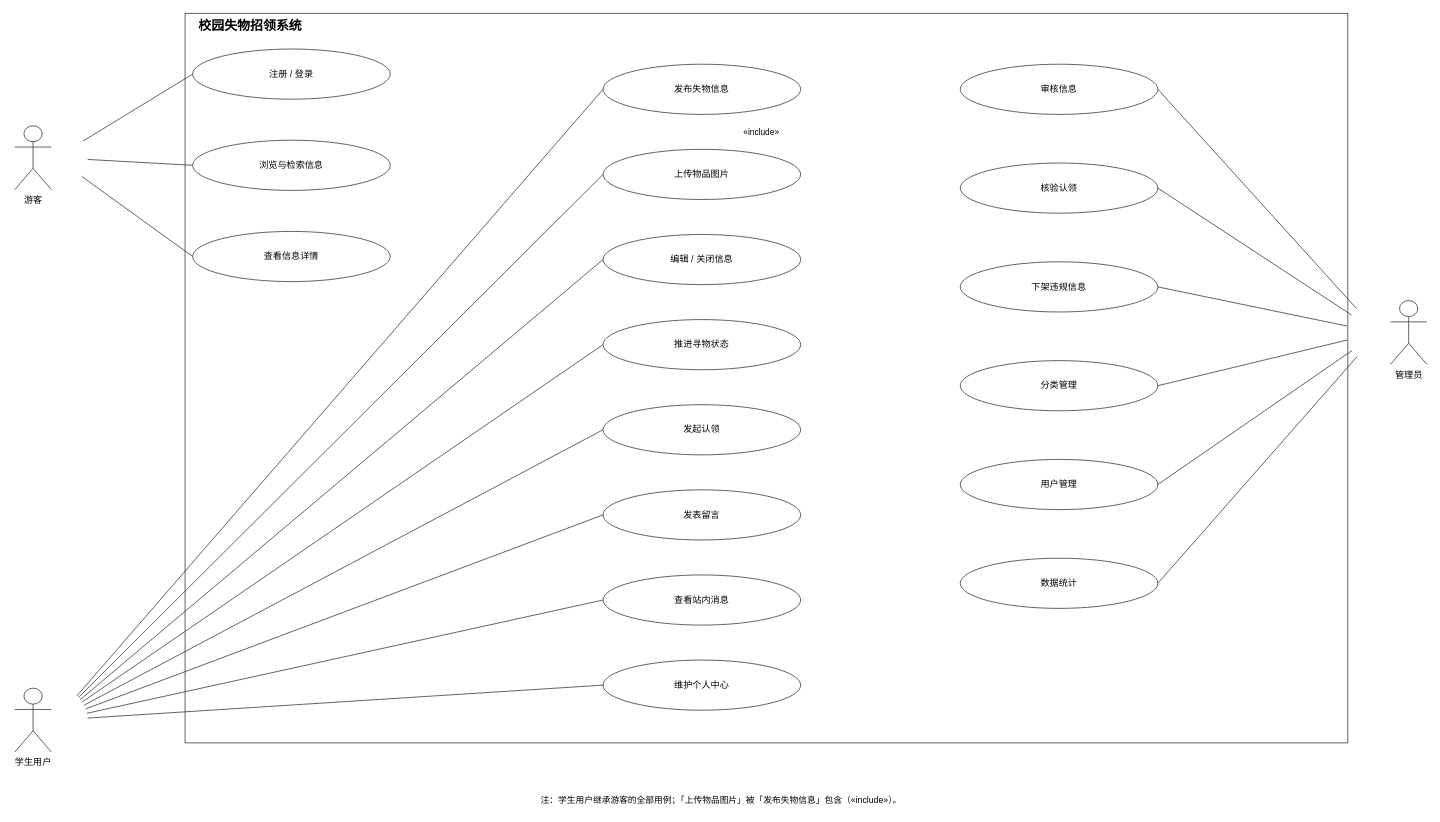
The draw.io diagram 需求文档/需求分析阶段相关的图/用例图.drawio in shensuhuaming/campus-lost-found, before the edit. Source tidied: cells renumbered, new cells numbered last; positions are measured from the earlier drawing's top-left corner, leaving out a move shared by most shapes. Both pictures are drawn from the tidied source at 76%, with x=0, y=0 at pixel (14, 13).
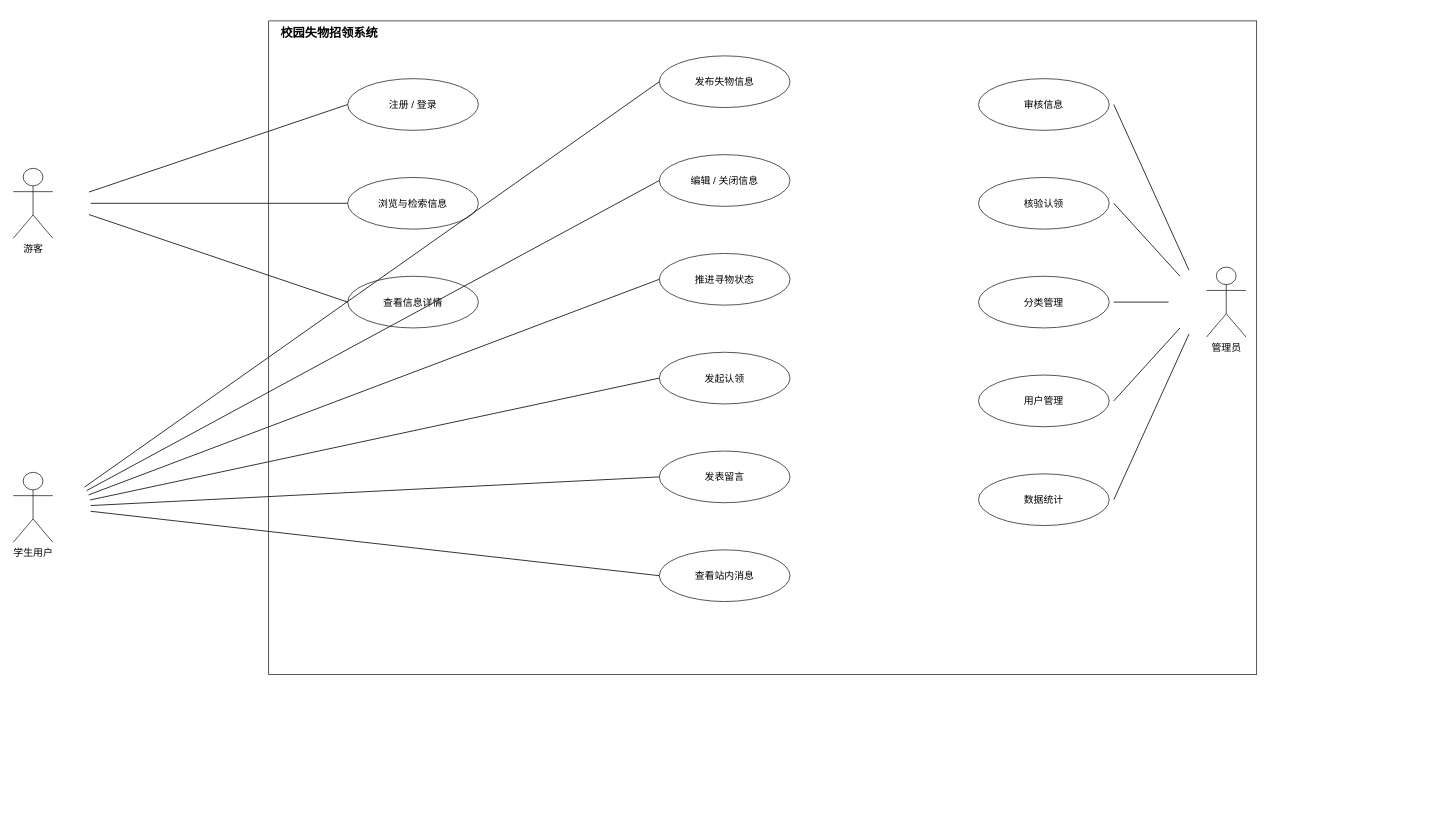
Above is the later version.

Diff of the diagram source:
```diff
@@
-    <mxCell id="2" value="校园失物招领系统" style="rounded=0;whiteSpace=wrap;html=1;fillColor=none;strokeColor=#333333;verticalAlign=top;align=left;spacingLeft=16;fontStyle=1;fontSize=17;" parent="1" vertex="1">
-      <mxGeometry x="224" width="1530" height="960" as="geometry" />
+    <mxCell id="2" value="校园失物招领系统" style="rounded=0;whiteSpace=wrap;html=1;fillColor=none;strokeColor=#222;verticalAlign=top;align=left;spacingLeft=14;fontStyle=1;fontSize=16;" parent="1" vertex="1">
+      <mxGeometry x="334" y="10" width="1300" height="860" as="geometry" />
     </mxCell>
-    <mxCell id="3" value="注册 / 登录" style="ellipse;whiteSpace=wrap;html=1;fillColor=#FFFFFF;strokeColor=#333333;fontSize=12;" parent="1" vertex="1">
-      <mxGeometry x="234" y="47" width="260" height="66" as="geometry" />
+    <mxCell id="3" value="注册 / 登录" style="ellipse;whiteSpace=wrap;html=1;fillColor=#fff;strokeColor=#222;fontSize=13;" parent="1" vertex="1">
+      <mxGeometry x="438" y="86" width="172" height="68" as="geometry" />
     </mxCell>
-    <mxCell id="4" value="浏览与检索信息" style="ellipse;whiteSpace=wrap;html=1;fillColor=#FFFFFF;strokeColor=#333333;fontSize=12;" parent="1" vertex="1">
-      <mxGeometry x="234" y="167" width="260" height="66" as="geometry" />
+    <mxCell id="4" value="浏览与检索信息" style="ellipse;whiteSpace=wrap;html=1;fillColor=#fff;strokeColor=#222;fontSize=13;" parent="1" vertex="1">
+      <mxGeometry x="438" y="216" width="172" height="68" as="geometry" />
     </mxCell>
-    <mxCell id="5" value="查看信息详情" style="ellipse;whiteSpace=wrap;html=1;fillColor=#FFFFFF;strokeColor=#333333;fontSize=12;" parent="1" vertex="1">
-      <mxGeometry x="234" y="287" width="260" height="66" as="geometry" />
+    <mxCell id="5" value="查看信息详情" style="ellipse;whiteSpace=wrap;html=1;fillColor=#fff;strokeColor=#222;fontSize=13;" parent="1" vertex="1">
+      <mxGeometry x="438" y="346" width="172" height="68" as="geometry" />
     </mxCell>
-    <mxCell id="6" value="发布失物信息" style="ellipse;whiteSpace=wrap;html=1;fillColor=#FFFFFF;strokeColor=#333333;fontSize=12;" parent="1" vertex="1">
-      <mxGeometry x="774" y="67" width="260" height="66" as="geometry" />
+    <mxCell id="6" value="发布失物信息" style="ellipse;whiteSpace=wrap;html=1;fillColor=#fff;strokeColor=#222;fontSize=13;" parent="1" vertex="1">
+      <mxGeometry x="848" y="56" width="172" height="68" as="geometry" />
     </mxCell>
-    <mxCell id="7" value="上传物品图片" style="ellipse;whiteSpace=wrap;html=1;fillColor=#FFFFFF;strokeColor=#333333;fontSize=12;" parent="1" vertex="1">
-      <mxGeometry x="774" y="179" width="260" height="66" as="geometry" />
-    </mxCell>
-    <mxCell id="8" value="编辑 / 关闭信息" style="ellipse;whiteSpace=wrap;html=1;fillColor=#FFFFFF;strokeColor=#333333;fontSize=12;" parent="1" vertex="1">
-      <mxGeometry x="774" y="291" width="260" height="66" as="geometry" />
+    <mxCell id="8" value="编辑 / 关闭信息" style="ellipse;whiteSpace=wrap;html=1;fillColor=#fff;strokeColor=#222;fontSize=13;" parent="1" vertex="1">
+      <mxGeometry x="848" y="186" width="172" height="68" as="geometry" />
     </mxCell>
-    <mxCell id="9" value="推进寻物状态" style="ellipse;whiteSpace=wrap;html=1;fillColor=#FFFFFF;strokeColor=#333333;fontSize=12;" parent="1" vertex="1">
-      <mxGeometry x="774" y="403" width="260" height="66" as="geometry" />
+    <mxCell id="9" value="推进寻物状态" style="ellipse;whiteSpace=wrap;html=1;fillColor=#fff;strokeColor=#222;fontSize=13;" parent="1" vertex="1">
+      <mxGeometry x="848" y="316" width="172" height="68" as="geometry" />
     </mxCell>
-    <mxCell id="10" value="发起认领" style="ellipse;whiteSpace=wrap;html=1;fillColor=#FFFFFF;strokeColor=#333333;fontSize=12;" parent="1" vertex="1">
-      <mxGeometry x="774" y="515" width="260" height="66" as="geometry" />
+    <mxCell id="10" value="发起认领" style="ellipse;whiteSpace=wrap;html=1;fillColor=#fff;strokeColor=#222;fontSize=13;" parent="1" vertex="1">
+      <mxGeometry x="848" y="446" width="172" height="68" as="geometry" />
     </mxCell>
-    <mxCell id="11" value="发表留言" style="ellipse;whiteSpace=wrap;html=1;fillColor=#FFFFFF;strokeColor=#333333;fontSize=12;" parent="1" vertex="1">
-      <mxGeometry x="774" y="627" width="260" height="66" as="geometry" />
+    <mxCell id="11" value="发表留言" style="ellipse;whiteSpace=wrap;html=1;fillColor=#fff;strokeColor=#222;fontSize=13;" parent="1" vertex="1">
+      <mxGeometry x="848" y="576" width="172" height="68" as="geometry" />
     </mxCell>
-    <mxCell id="12" value="查看站内消息" style="ellipse;whiteSpace=wrap;html=1;fillColor=#FFFFFF;strokeColor=#333333;fontSize=12;" parent="1" vertex="1">
-      <mxGeometry x="774" y="739" width="260" height="66" as="geometry" />
+    <mxCell id="12" value="查看站内消息" style="ellipse;whiteSpace=wrap;html=1;fillColor=#fff;strokeColor=#222;fontSize=13;" parent="1" vertex="1">
+      <mxGeometry x="848" y="706" width="172" height="68" as="geometry" />
     </mxCell>
-    <mxCell id="13" value="维护个人中心" style="ellipse;whiteSpace=wrap;html=1;fillColor=#FFFFFF;strokeColor=#333333;fontSize=12;" parent="1" vertex="1">
-      <mxGeometry x="774" y="851" width="260" height="66" as="geometry" />
-    </mxCell>
-    <mxCell id="14" value="审核信息" style="ellipse;whiteSpace=wrap;html=1;fillColor=#FFFFFF;strokeColor=#333333;fontSize=12;" parent="1" vertex="1">
-      <mxGeometry x="1244" y="67" width="260" height="66" as="geometry" />
+    <mxCell id="14" value="审核信息" style="ellipse;whiteSpace=wrap;html=1;fillColor=#fff;strokeColor=#222;fontSize=13;" parent="1" vertex="1">
+      <mxGeometry x="1268" y="86" width="172" height="68" as="geometry" />
     </mxCell>
-    <mxCell id="15" value="核验认领" style="ellipse;whiteSpace=wrap;html=1;fillColor=#FFFFFF;strokeColor=#333333;fontSize=12;" parent="1" vertex="1">
-      <mxGeometry x="1244" y="197" width="260" height="66" as="geometry" />
+    <mxCell id="15" value="核验认领" style="ellipse;whiteSpace=wrap;html=1;fillColor=#fff;strokeColor=#222;fontSize=13;" parent="1" vertex="1">
+      <mxGeometry x="1268" y="216" width="172" height="68" as="geometry" />
     </mxCell>
-    <mxCell id="16" value="下架违规信息" style="ellipse;whiteSpace=wrap;html=1;fillColor=#FFFFFF;strokeColor=#333333;fontSize=12;" parent="1" vertex="1">
-      <mxGeometry x="1244" y="327" width="260" height="66" as="geometry" />
-    </mxCell>
-    <mxCell id="17" value="分类管理" style="ellipse;whiteSpace=wrap;html=1;fillColor=#FFFFFF;strokeColor=#333333;fontSize=12;" parent="1" vertex="1">
-      <mxGeometry x="1244" y="457" width="260" height="66" as="geometry" />
+    <mxCell id="17" value="分类管理" style="ellipse;whiteSpace=wrap;html=1;fillColor=#fff;strokeColor=#222;fontSize=13;" parent="1" vertex="1">
+      <mxGeometry x="1268" y="346" width="172" height="68" as="geometry" />
     </mxCell>
-    <mxCell id="18" value="用户管理" style="ellipse;whiteSpace=wrap;html=1;fillColor=#FFFFFF;strokeColor=#333333;fontSize=12;" parent="1" vertex="1">
-      <mxGeometry x="1244" y="587" width="260" height="66" as="geometry" />
+    <mxCell id="18" value="用户管理" style="ellipse;whiteSpace=wrap;html=1;fillColor=#fff;strokeColor=#222;fontSize=13;" parent="1" vertex="1">
+      <mxGeometry x="1268" y="476" width="172" height="68" as="geometry" />
     </mxCell>
-    <mxCell id="19" value="数据统计" style="ellipse;whiteSpace=wrap;html=1;fillColor=#FFFFFF;strokeColor=#333333;fontSize=12;" parent="1" vertex="1">
-      <mxGeometry x="1244" y="717" width="260" height="66" as="geometry" />
+    <mxCell id="19" value="数据统计" style="ellipse;whiteSpace=wrap;html=1;fillColor=#fff;strokeColor=#222;fontSize=13;" parent="1" vertex="1">
+      <mxGeometry x="1268" y="606" width="172" height="68" as="geometry" />
     </mxCell>
-    <mxCell id="20" value="游客" style="shape=umlActor;verticalLabelPosition=bottom;verticalAlign=top;html=1;fillColor=#FFFFFF;strokeColor=#333333;fontSize=12;" parent="1" vertex="1">
-      <mxGeometry y="148" width="48" height="84" as="geometry" />
+    <mxCell id="20" value="游客" style="shape=umlActor;verticalLabelPosition=bottom;verticalAlign=top;html=1;fillColor=#fff;strokeColor=#222;fontSize=13;" parent="1" vertex="1">
+      <mxGeometry x="-2" y="204" width="52" height="92" as="geometry" />
     </mxCell>
-    <mxCell id="21" value="学生用户" style="shape=umlActor;verticalLabelPosition=bottom;verticalAlign=top;html=1;fillColor=#FFFFFF;strokeColor=#333333;fontSize=12;" parent="1" vertex="1">
-      <mxGeometry y="888" width="48" height="84" as="geometry" />
+    <mxCell id="21" value="学生用户" style="shape=umlActor;verticalLabelPosition=bottom;verticalAlign=top;html=1;fillColor=#fff;strokeColor=#222;fontSize=13;" parent="1" vertex="1">
+      <mxGeometry x="-2" y="604" width="52" height="92" as="geometry" />
     </mxCell>
-    <mxCell id="22" value="管理员" style="shape=umlActor;verticalLabelPosition=bottom;verticalAlign=top;html=1;fillColor=#FFFFFF;strokeColor=#333333;fontSize=12;" parent="1" vertex="1">
-      <mxGeometry x="1810" y="378" width="48" height="84" as="geometry" />
+    <mxCell id="22" value="管理员" style="shape=umlActor;verticalLabelPosition=bottom;verticalAlign=top;html=1;fillColor=#fff;strokeColor=#222;fontSize=13;" parent="1" vertex="1">
+      <mxGeometry x="1568" y="334" width="52" height="92" as="geometry" />
     </mxCell>
-    <mxCell id="23" style="endArrow=none;html=1;strokeColor=#333333;strokeWidth=1.0;" parent="1" edge="1">
-      <mxGeometry relative="1" as="geometry">
-        <mxPoint x="89.8" y="168.1" as="sourcePoint" />
-        <mxPoint x="234" y="80" as="targetPoint" />
-      </mxGeometry>
-    </mxCell>
-    <mxCell id="24" style="endArrow=none;html=1;strokeColor=#333333;strokeWidth=1.0;" parent="1" edge="1">
-      <mxGeometry relative="1" as="geometry">
-        <mxPoint x="95.9" y="192.3" as="sourcePoint" />
-        <mxPoint x="234" y="200" as="targetPoint" />
-      </mxGeometry>
-    </mxCell>
-    <mxCell id="25" style="endArrow=none;html=1;strokeColor=#333333;strokeWidth=1.0;" parent="1" edge="1">
-      <mxGeometry relative="1" as="geometry">
-        <mxPoint x="88" y="214.6" as="sourcePoint" />
-        <mxPoint x="234" y="320" as="targetPoint" />
-      </mxGeometry>
-    </mxCell>
-    <mxCell id="26" style="endArrow=none;html=1;strokeColor=#333333;strokeWidth=1.0;" parent="1" edge="1">
-      <mxGeometry relative="1" as="geometry">
-        <mxPoint x="81.5" y="898.3" as="sourcePoint" />
-        <mxPoint x="774" y="100" as="targetPoint" />
-      </mxGeometry>
-    </mxCell>
-    <mxCell id="27" style="endArrow=none;html=1;strokeColor=#333333;strokeWidth=1.0;" parent="1" edge="1">
-      <mxGeometry relative="1" as="geometry">
-        <mxPoint x="83.7" y="900.3" as="sourcePoint" />
-        <mxPoint x="774" y="212" as="targetPoint" />
-      </mxGeometry>
-    </mxCell>
-    <mxCell id="28" style="endArrow=none;html=1;strokeColor=#333333;strokeWidth=1.0;" parent="1" edge="1">
-      <mxGeometry relative="1" as="geometry">
-        <mxPoint x="86.1" y="903" as="sourcePoint" />
-        <mxPoint x="774" y="324" as="targetPoint" />
-      </mxGeometry>
-    </mxCell>
-    <mxCell id="29" style="endArrow=none;html=1;strokeColor=#333333;strokeWidth=1.0;" parent="1" edge="1">
-      <mxGeometry relative="1" as="geometry">
-        <mxPoint x="88.6" y="906.2" as="sourcePoint" />
-        <mxPoint x="774" y="436" as="targetPoint" />
-      </mxGeometry>
-    </mxCell>
-    <mxCell id="30" style="endArrow=none;html=1;strokeColor=#333333;strokeWidth=1.0;" parent="1" edge="1">
-      <mxGeometry relative="1" as="geometry">
-        <mxPoint x="91.1" y="910.3" as="sourcePoint" />
-        <mxPoint x="774" y="548" as="targetPoint" />
-      </mxGeometry>
-    </mxCell>
-    <mxCell id="31" style="endArrow=none;html=1;strokeColor=#333333;strokeWidth=1.0;" parent="1" edge="1">
-      <mxGeometry relative="1" as="geometry">
-        <mxPoint x="93.3" y="915.3" as="sourcePoint" />
-        <mxPoint x="774" y="660" as="targetPoint" />
-      </mxGeometry>
-    </mxCell>
-    <mxCell id="32" style="endArrow=none;html=1;strokeColor=#333333;strokeWidth=1.0;" parent="1" edge="1">
-      <mxGeometry relative="1" as="geometry">
-        <mxPoint x="95" y="921" as="sourcePoint" />
-        <mxPoint x="774" y="772" as="targetPoint" />
-      </mxGeometry>
-    </mxCell>
-    <mxCell id="33" style="endArrow=none;html=1;strokeColor=#333333;strokeWidth=1.0;" parent="1" edge="1">
-      <mxGeometry relative="1" as="geometry">
-        <mxPoint x="95.9" y="927.3" as="sourcePoint" />
-        <mxPoint x="774" y="884" as="targetPoint" />
-      </mxGeometry>
-    </mxCell>
-    <mxCell id="34" style="endArrow=none;html=1;strokeColor=#333333;strokeWidth=1.0;" parent="1" edge="1">
-      <mxGeometry relative="1" as="geometry">
-        <mxPoint x="1765.8" y="388.9" as="sourcePoint" />
-        <mxPoint x="1504" y="100" as="targetPoint" />
-      </mxGeometry>
-    </mxCell>
-    <mxCell id="35" style="endArrow=none;html=1;strokeColor=#333333;strokeWidth=1.0;" parent="1" edge="1">
-      <mxGeometry relative="1" as="geometry">
-        <mxPoint x="1758.9" y="397" as="sourcePoint" />
-        <mxPoint x="1504" y="230" as="targetPoint" />
-      </mxGeometry>
-    </mxCell>
-    <mxCell id="36" style="endArrow=none;html=1;strokeColor=#333333;strokeWidth=1.0;" parent="1" edge="1">
-      <mxGeometry relative="1" as="geometry">
-        <mxPoint x="1752.9" y="411.5" as="sourcePoint" />
-        <mxPoint x="1504" y="360" as="targetPoint" />
-      </mxGeometry>
-    </mxCell>
-    <mxCell id="37" style="endArrow=none;html=1;strokeColor=#333333;strokeWidth=1.0;" parent="1" edge="1">
-      <mxGeometry relative="1" as="geometry">
-        <mxPoint x="1753.2" y="429.9" as="sourcePoint" />
-        <mxPoint x="1504" y="490" as="targetPoint" />
-      </mxGeometry>
-    </mxCell>
-    <mxCell id="38" style="endArrow=none;html=1;strokeColor=#333333;strokeWidth=1.0;" parent="1" edge="1">
-      <mxGeometry relative="1" as="geometry">
-        <mxPoint x="1759.4" y="443.8" as="sourcePoint" />
-        <mxPoint x="1504" y="620" as="targetPoint" />
-      </mxGeometry>
-    </mxCell>
-    <mxCell id="39" style="endArrow=none;html=1;strokeColor=#333333;strokeWidth=1.0;" parent="1" edge="1">
-      <mxGeometry relative="1" as="geometry">
-        <mxPoint x="1766.3" y="451.5" as="sourcePoint" />
-        <mxPoint x="1504" y="750" as="targetPoint" />
-      </mxGeometry>
-    </mxCell>
-    <mxCell id="40" value="«include»" style="text;html=1;align=start;verticalAlign=middle;fontSize=11;" parent="1" vertex="1">
-      <mxGeometry x="822" y="144" width="320" height="24" as="geometry" />
-    </mxCell>
-    <mxCell id="41" value="注：学生用户继承游客的全部用例；「上传物品图片」被「发布失物信息」包含（«include»）。" style="text;html=1;align=middle;verticalAlign=middle;fontSize=11.5;" parent="1" vertex="1">
-      <mxGeometry x="769" y="1023" width="320" height="24" as="geometry" />
-    </mxCell>
+    <mxCell id="42" style="endArrow=none;html=1;strokeColor=#222;strokeWidth=1.2;" parent="1" edge="1">
+      <mxGeometry relative="1" as="geometry">
+        <mxPoint x="97.6" y="235.2" as="sourcePoint" />
+        <mxPoint x="438" y="120" as="targetPoint" />
+      </mxGeometry>
+    </mxCell>
+    <mxCell id="43" style="endArrow=none;html=1;strokeColor=#222;strokeWidth=1.2;" parent="1" edge="1">
+      <mxGeometry relative="1" as="geometry">
+        <mxPoint x="100" y="250" as="sourcePoint" />
+        <mxPoint x="438" y="250" as="targetPoint" />
+      </mxGeometry>
+    </mxCell>
+    <mxCell id="44" style="endArrow=none;html=1;strokeColor=#222;strokeWidth=1.2;" parent="1" edge="1">
+      <mxGeometry relative="1" as="geometry">
+        <mxPoint x="97.6" y="264.8" as="sourcePoint" />
+        <mxPoint x="438" y="380" as="targetPoint" />
+      </mxGeometry>
+    </mxCell>
+    <mxCell id="45" style="endArrow=none;html=1;strokeColor=#222;strokeWidth=1.2;" parent="1" edge="1">
+      <mxGeometry relative="1" as="geometry">
+        <mxPoint x="91.6" y="623.5" as="sourcePoint" />
+        <mxPoint x="848" y="90" as="targetPoint" />
+      </mxGeometry>
+    </mxCell>
+    <mxCell id="46" style="endArrow=none;html=1;strokeColor=#222;strokeWidth=1.2;" parent="1" edge="1">
+      <mxGeometry relative="1" as="geometry">
+        <mxPoint x="94.4" y="628.1" as="sourcePoint" />
+        <mxPoint x="848" y="220" as="targetPoint" />
+      </mxGeometry>
+    </mxCell>
+    <mxCell id="47" style="endArrow=none;html=1;strokeColor=#222;strokeWidth=1.2;" parent="1" edge="1">
+      <mxGeometry relative="1" as="geometry">
+        <mxPoint x="97" y="633.7" as="sourcePoint" />
+        <mxPoint x="848" y="350" as="targetPoint" />
+      </mxGeometry>
+    </mxCell>
+    <mxCell id="48" style="endArrow=none;html=1;strokeColor=#222;strokeWidth=1.2;" parent="1" edge="1">
+      <mxGeometry relative="1" as="geometry">
+        <mxPoint x="99" y="640.4" as="sourcePoint" />
+        <mxPoint x="848" y="480" as="targetPoint" />
+      </mxGeometry>
+    </mxCell>
+    <mxCell id="49" style="endArrow=none;html=1;strokeColor=#222;strokeWidth=1.2;" parent="1" edge="1">
+      <mxGeometry relative="1" as="geometry">
+        <mxPoint x="99.9" y="647.7" as="sourcePoint" />
+        <mxPoint x="848" y="610" as="targetPoint" />
+      </mxGeometry>
+    </mxCell>
+    <mxCell id="50" style="endArrow=none;html=1;strokeColor=#222;strokeWidth=1.2;" parent="1" edge="1">
+      <mxGeometry relative="1" as="geometry">
+        <mxPoint x="99.7" y="655.2" as="sourcePoint" />
+        <mxPoint x="848" y="740" as="targetPoint" />
+      </mxGeometry>
+    </mxCell>
+    <mxCell id="51" style="endArrow=none;html=1;strokeColor=#222;strokeWidth=1.2;" parent="1" edge="1">
+      <mxGeometry relative="1" as="geometry">
+        <mxPoint x="1545" y="338.1" as="sourcePoint" />
+        <mxPoint x="1446" y="120" as="targetPoint" />
+      </mxGeometry>
+    </mxCell>
+    <mxCell id="52" style="endArrow=none;html=1;strokeColor=#222;strokeWidth=1.2;" parent="1" edge="1">
+      <mxGeometry relative="1" as="geometry">
+        <mxPoint x="1533.1" y="345.9" as="sourcePoint" />
+        <mxPoint x="1446" y="250" as="targetPoint" />
+      </mxGeometry>
+    </mxCell>
+    <mxCell id="53" style="endArrow=none;html=1;strokeColor=#222;strokeWidth=1.2;" parent="1" edge="1">
+      <mxGeometry relative="1" as="geometry">
+        <mxPoint x="1518" y="380" as="sourcePoint" />
+        <mxPoint x="1446" y="380" as="targetPoint" />
+      </mxGeometry>
+    </mxCell>
+    <mxCell id="54" style="endArrow=none;html=1;strokeColor=#222;strokeWidth=1.2;" parent="1" edge="1">
+      <mxGeometry relative="1" as="geometry">
+        <mxPoint x="1533.1" y="414.1" as="sourcePoint" />
+        <mxPoint x="1446" y="510" as="targetPoint" />
+      </mxGeometry>
+    </mxCell>
+    <mxCell id="55" style="endArrow=none;html=1;strokeColor=#222;strokeWidth=1.2;" parent="1" edge="1">
+      <mxGeometry relative="1" as="geometry">
+        <mxPoint x="1545" y="421.9" as="sourcePoint" />
+        <mxPoint x="1446" y="640" as="targetPoint" />
+      </mxGeometry>
+    </mxCell>
```
